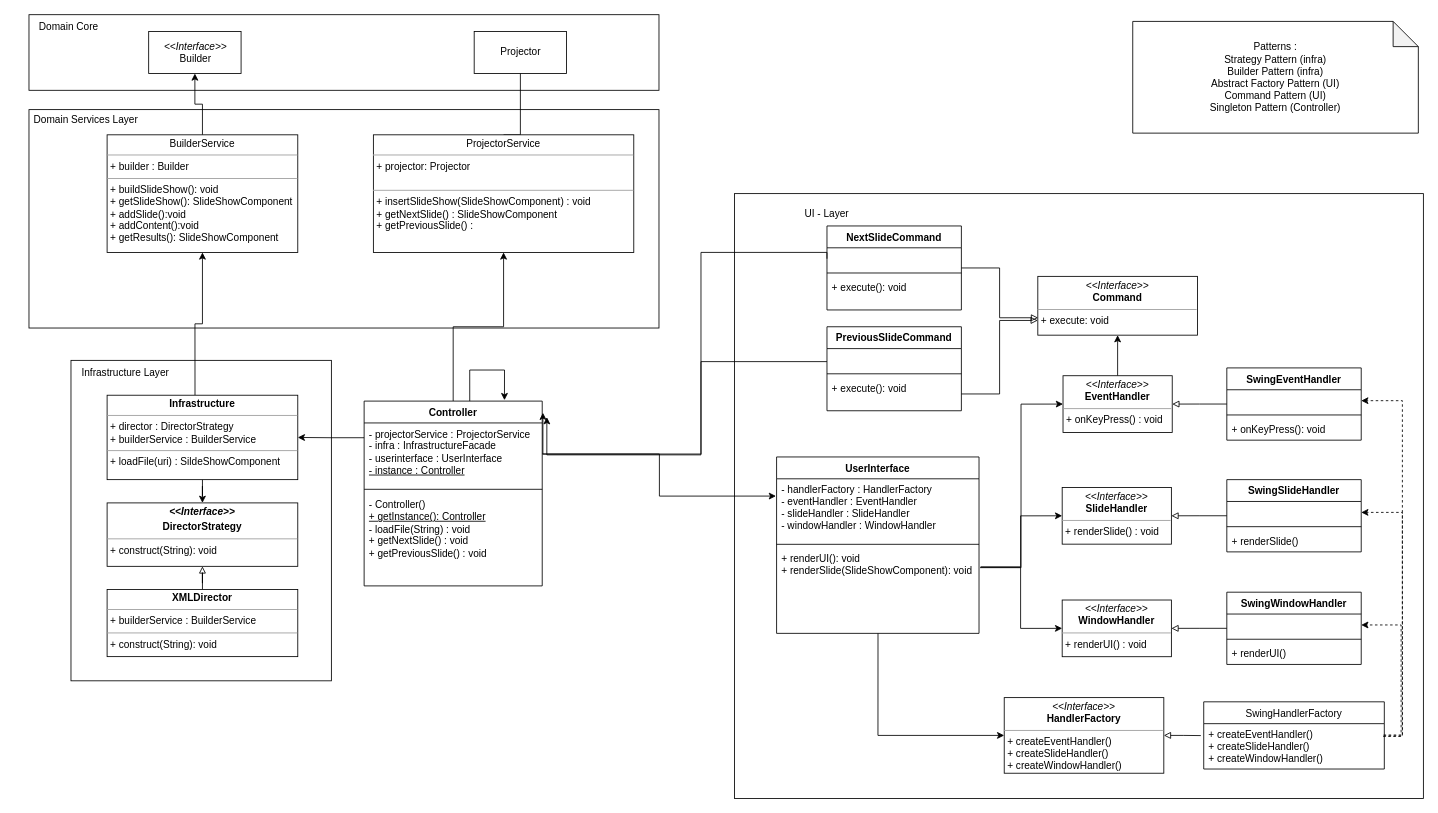
maartendekker1998/OU_jabberpoint keeps this draw.io diagram as Diagrams/LayersDesign.drawio. Above is the earlier version. Source tidied: cells renumbered, new cells numbered last; positions are measured from the earlier drawing's top-left corner, leaving out a move shared by most shapes. Both pictures are drawn from the tidied source at 84%, with x=0, y=0 at pixel (14, 14).
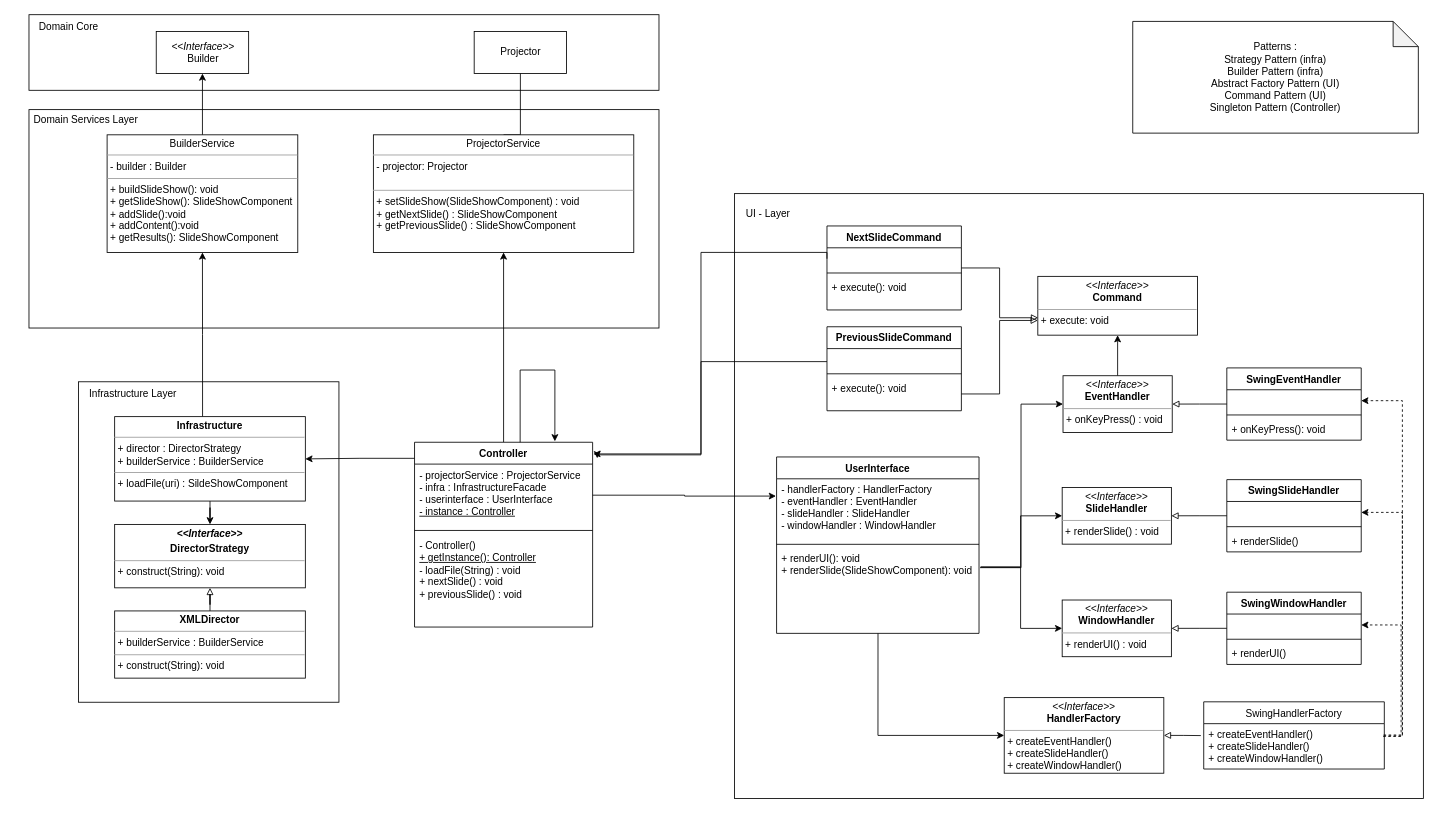
The same page after the edit.

Commit message (it also covers changes not shown here):
finalized diagrams

Unchanged cells that the change refers to:
```xml
<mxCell id="10" value="- projectorService : ProjectorService&lt;br&gt;- infra : InfrastructureFacade&lt;br&gt;- userinterface : UserInterface&lt;br&gt;&lt;u&gt;- instance : Controller&lt;/u&gt;" style="text;strokeColor=none;fillColor=none;align=left;verticalAlign=top;spacingLeft=4;spacingRight=4;overflow=hidden;points=[[0,0.5],[1,0.5]];portConstraint=eastwest;fontStyle=0;html=1;" parent="9" vertex="1">
  <mxGeometry y="26" width="212" height="74" as="geometry" />
</mxCell>
```

What changed in the source:
```diff
@@
     <mxCell id="5" style="rounded=0;whiteSpace=wrap;html=1;" parent="1" vertex="1">
-      <mxGeometry x="67" y="411.5" width="310" height="381.5" as="geometry" />
+      <mxGeometry x="76" y="437" width="310" height="381.5" as="geometry" />
     </mxCell>
@@
-    <mxCell id="8" style="edgeStyle=orthogonalEdgeStyle;rounded=0;jettySize=auto;html=1;startArrow=none;startFill=0;endArrow=classic;endFill=1;exitX=0;exitY=0.238;exitDx=0;exitDy=0;exitPerimeter=0;" parent="1" edge="1" source="10" target="14">
+    <mxCell id="8" style="edgeStyle=orthogonalEdgeStyle;rounded=0;jettySize=auto;html=1;startArrow=none;startFill=0;endArrow=classic;endFill=1;exitX=0.002;exitY=0.087;exitDx=0;exitDy=0;exitPerimeter=0;" parent="1" edge="1" source="9" target="14">
       <mxGeometry relative="1" as="geometry" />
     </mxCell>
     <mxCell id="9" value="Controller" style="swimlane;fontStyle=1;align=center;verticalAlign=top;horizontal=1;startSize=26;" parent="1" vertex="1">
-      <mxGeometry x="416" y="460" width="212" height="220" as="geometry" />
+      <mxGeometry x="476" y="509" width="212" height="220" as="geometry" />
     </mxCell>
@@
-    <mxCell id="12" value="- Controller()&lt;br&gt;&lt;u&gt;+ getInstance(): Controller&lt;/u&gt;&lt;br&gt;- loadFile(String) : void&lt;br&gt;+ getNextSlide() : void&lt;br&gt;+ getPreviousSlide() : void" style="text;strokeColor=none;fillColor=none;align=left;verticalAlign=top;spacingLeft=4;spacingRight=4;overflow=hidden;html=1;" parent="9" vertex="1">
+    <mxCell id="12" value="- Controller()&lt;br&gt;&lt;u&gt;+ getInstance(): Controller&lt;/u&gt;&lt;br&gt;- loadFile(String) : void&lt;br&gt;+ nextSlide() : void&lt;br&gt;+ previousSlide() : void" style="text;strokeColor=none;fillColor=none;align=left;verticalAlign=top;spacingLeft=4;spacingRight=4;overflow=hidden;html=1;" parent="9" vertex="1">
       <mxGeometry y="110" width="212" height="110" as="geometry" />
     </mxCell>
@@
     <mxCell id="14" value="&lt;p style=&quot;margin:0px;margin-top:4px;text-align:center;&quot;&gt;&lt;b&gt;Infrastructure&lt;/b&gt;&lt;/p&gt;&lt;hr size=&quot;1&quot;&gt;&lt;p style=&quot;margin:0px;margin-left:4px;&quot;&gt;+ director : DirectorStrategy&lt;br&gt;&lt;/p&gt;&lt;p style=&quot;margin:0px;margin-left:4px;&quot;&gt;+ builderService : BuilderService&lt;br style=&quot;padding: 0px; margin: 0px;&quot;&gt;&lt;/p&gt;&lt;hr size=&quot;1&quot;&gt;&lt;p style=&quot;margin:0px;margin-left:4px;&quot;&gt;&lt;span style=&quot;background-color: initial;&quot;&gt;+ loadFile(uri) : SildeShowComponent&lt;/span&gt;&lt;/p&gt;&lt;p style=&quot;margin:0px;margin-left:4px;&quot;&gt;&lt;br&gt;&lt;/p&gt;&lt;p style=&quot;margin:0px;margin-left:4px;&quot;&gt;&lt;br&gt;&lt;/p&gt;" style="verticalAlign=top;align=left;overflow=fill;fontSize=12;fontFamily=Helvetica;html=1;" parent="1" vertex="1">
-      <mxGeometry x="110" y="453" width="227" height="100.5" as="geometry" />
+      <mxGeometry x="119" y="478.5" width="227" height="100.5" as="geometry" />
     </mxCell>
     <mxCell id="15" value="Infrastructure Layer" style="text;html=1;strokeColor=none;fillColor=none;align=center;verticalAlign=middle;whiteSpace=wrap;rounded=0;" parent="1" vertex="1">
-      <mxGeometry x="47" y="411.5" width="170" height="30" as="geometry" />
+      <mxGeometry x="56" y="437" width="170" height="30" as="geometry" />
     </mxCell>
@@
-    <mxCell id="17" value="&lt;p style=&quot;margin:0px;margin-top:4px;text-align:center;&quot;&gt;ProjectorService&lt;/p&gt;&lt;hr size=&quot;1&quot;&gt;&lt;p style=&quot;margin:0px;margin-left:4px;&quot;&gt;+ projector: Projector&lt;/p&gt;&lt;p style=&quot;margin:0px;margin-left:4px;&quot;&gt;&lt;br&gt;&lt;/p&gt;&lt;hr size=&quot;1&quot;&gt;&lt;p style=&quot;margin:0px;margin-left:4px;&quot;&gt;+ insertSlideShow(SlideShowComponent) : void&lt;/p&gt;&lt;p style=&quot;margin:0px;margin-left:4px;&quot;&gt;+ getNextSlide() : SlideShowComponent&lt;/p&gt;&lt;p style=&quot;margin:0px;margin-left:4px;&quot;&gt;+ getPreviousSlide() :&amp;nbsp;&lt;/p&gt;" style="verticalAlign=top;align=left;overflow=fill;fontSize=12;fontFamily=Helvetica;html=1;" parent="1" vertex="1">
+    <mxCell id="17" value="&lt;p style=&quot;margin:0px;margin-top:4px;text-align:center;&quot;&gt;ProjectorService&lt;/p&gt;&lt;hr size=&quot;1&quot;&gt;&lt;p style=&quot;margin:0px;margin-left:4px;&quot;&gt;- projector: Projector&lt;/p&gt;&lt;p style=&quot;margin:0px;margin-left:4px;&quot;&gt;&lt;br&gt;&lt;/p&gt;&lt;hr size=&quot;1&quot;&gt;&lt;p style=&quot;margin:0px;margin-left:4px;&quot;&gt;+ setSlideShow(SlideShowComponent) : void&lt;/p&gt;&lt;p style=&quot;margin:0px;margin-left:4px;&quot;&gt;+ getNextSlide() : SlideShowComponent&lt;/p&gt;&lt;p style=&quot;margin:0px;margin-left:4px;&quot;&gt;+ getPreviousSlide() : SlideShowComponent&lt;/p&gt;" style="verticalAlign=top;align=left;overflow=fill;fontSize=12;fontFamily=Helvetica;html=1;" parent="1" vertex="1">
       <mxGeometry x="427" y="143" width="310" height="140" as="geometry" />
     </mxCell>
@@
     <mxCell id="20" value="&lt;i&gt;&amp;lt;&amp;lt;Interface&amp;gt;&amp;gt;&lt;/i&gt;&lt;br&gt;Builder" style="html=1;" parent="1" vertex="1">
-      <mxGeometry x="159.5" y="20" width="110" height="50" as="geometry" />
+      <mxGeometry x="168.5" y="20" width="110" height="50" as="geometry" />
     </mxCell>
@@
     <mxCell id="60" value="UI - Layer" style="text;html=1;strokeColor=none;fillColor=none;align=center;verticalAlign=middle;whiteSpace=wrap;rounded=0;" parent="1" vertex="1">
-      <mxGeometry x="937" y="221.5" width="60" height="30" as="geometry" />
+      <mxGeometry x="867" y="221.5" width="60" height="30" as="geometry" />
     </mxCell>
@@
-    <mxCell id="62" value="&lt;p style=&quot;margin:0px;margin-top:4px;text-align:center;&quot;&gt;BuilderService&lt;/p&gt;&lt;hr size=&quot;1&quot;&gt;&lt;p style=&quot;margin:0px;margin-left:4px;&quot;&gt;+ builder : Builder&lt;/p&gt;&lt;hr size=&quot;1&quot;&gt;&lt;p style=&quot;margin:0px;margin-left:4px;&quot;&gt;&lt;span style=&quot;background-color: initial;&quot;&gt;+ buildSlideShow(): void&lt;/span&gt;&lt;br&gt;&lt;/p&gt;&lt;p style=&quot;margin: 0px 0px 0px 4px;&quot;&gt;+ getSlideShow(): SlideShowComponent&lt;br&gt;&lt;/p&gt;&lt;p style=&quot;margin: 0px 0px 0px 4px;&quot;&gt;&lt;span style=&quot;background-color: initial;&quot;&gt;+ addSlide():void&lt;/span&gt;&lt;br&gt;&lt;/p&gt;&lt;p style=&quot;margin: 0px 0px 0px 4px;&quot;&gt;&lt;span style=&quot;background-color: initial;&quot;&gt;+ addContent():void&lt;/span&gt;&lt;/p&gt;&lt;p style=&quot;margin:0px;margin-left:4px;&quot;&gt;&lt;span style=&quot;background-color: initial;&quot;&gt;+ getResults(): SlideShowComponent&lt;/span&gt;&lt;br&gt;&lt;/p&gt;" style="verticalAlign=top;align=left;overflow=fill;fontSize=12;fontFamily=Helvetica;html=1;" parent="1" vertex="1">
+    <mxCell id="62" value="&lt;p style=&quot;margin:0px;margin-top:4px;text-align:center;&quot;&gt;BuilderService&lt;/p&gt;&lt;hr size=&quot;1&quot;&gt;&lt;p style=&quot;margin:0px;margin-left:4px;&quot;&gt;- builder : Builder&lt;/p&gt;&lt;hr size=&quot;1&quot;&gt;&lt;p style=&quot;margin:0px;margin-left:4px;&quot;&gt;&lt;span style=&quot;background-color: initial;&quot;&gt;+ buildSlideShow(): void&lt;/span&gt;&lt;br&gt;&lt;/p&gt;&lt;p style=&quot;margin: 0px 0px 0px 4px;&quot;&gt;+ getSlideShow(): SlideShowComponent&lt;br&gt;&lt;/p&gt;&lt;p style=&quot;margin: 0px 0px 0px 4px;&quot;&gt;&lt;span style=&quot;background-color: initial;&quot;&gt;+ addSlide():void&lt;/span&gt;&lt;br&gt;&lt;/p&gt;&lt;p style=&quot;margin: 0px 0px 0px 4px;&quot;&gt;&lt;span style=&quot;background-color: initial;&quot;&gt;+ addContent():void&lt;/span&gt;&lt;/p&gt;&lt;p style=&quot;margin:0px;margin-left:4px;&quot;&gt;&lt;span style=&quot;background-color: initial;&quot;&gt;+ getResults(): SlideShowComponent&lt;/span&gt;&lt;br&gt;&lt;/p&gt;" style="verticalAlign=top;align=left;overflow=fill;fontSize=12;fontFamily=Helvetica;html=1;" parent="1" vertex="1">
       <mxGeometry x="110" y="143" width="227" height="140" as="geometry" />
     </mxCell>
     <mxCell id="63" value="&lt;p style=&quot;margin:0px;margin-top:4px;text-align:center;&quot;&gt;&lt;b&gt;&lt;i&gt;&amp;lt;&amp;lt;Interface&amp;gt;&amp;gt;&lt;/i&gt;&lt;/b&gt;&lt;/p&gt;&lt;p style=&quot;margin:0px;margin-top:4px;text-align:center;&quot;&gt;&lt;b&gt;DirectorStrategy&lt;/b&gt;&lt;/p&gt;&lt;hr size=&quot;1&quot;&gt;&lt;p style=&quot;margin:0px;margin-left:4px;&quot;&gt;&lt;/p&gt;&lt;p style=&quot;margin:0px;margin-left:4px;&quot;&gt;&lt;span style=&quot;background-color: initial;&quot;&gt;+ construct(String): void&lt;/span&gt;&lt;/p&gt;" style="verticalAlign=top;align=left;overflow=fill;fontSize=12;fontFamily=Helvetica;html=1;" parent="1" vertex="1">
-      <mxGeometry x="110" y="581.2" width="227" height="75.5" as="geometry" />
+      <mxGeometry x="119" y="606.8" width="227" height="75.5" as="geometry" />
     </mxCell>
@@
     <mxCell id="65" value="&lt;p style=&quot;margin:0px;margin-top:4px;text-align:center;&quot;&gt;&lt;b style=&quot;background-color: initial;&quot;&gt;XMLDirector&lt;/b&gt;&lt;br&gt;&lt;/p&gt;&lt;hr size=&quot;1&quot;&gt;&lt;p style=&quot;margin:0px;margin-left:4px;&quot;&gt;+ builderService : BuilderService&lt;/p&gt;&lt;hr size=&quot;1&quot;&gt;&lt;p style=&quot;margin:0px;margin-left:4px;&quot;&gt;&lt;span style=&quot;background-color: initial;&quot;&gt;+ construct(String): void&amp;nbsp;&lt;br&gt;&lt;/span&gt;&lt;/p&gt;" style="verticalAlign=top;align=left;overflow=fill;fontSize=12;fontFamily=Helvetica;html=1;" parent="1" vertex="1">
-      <mxGeometry x="110" y="684.2" width="227" height="80" as="geometry" />
+      <mxGeometry x="119" y="709.8" width="227" height="80" as="geometry" />
     </mxCell>
@@
     <mxCell id="74" style="edgeStyle=orthogonalEdgeStyle;rounded=0;orthogonalLoop=1;jettySize=auto;html=1;startArrow=none;startFill=0;endArrow=classic;endFill=1;exitX=0.593;exitY=0;exitDx=0;exitDy=0;exitPerimeter=0;entryX=0.788;entryY=-0.005;entryDx=0;entryDy=0;entryPerimeter=0;" parent="1" edge="1" source="9" target="9">
       <mxGeometry relative="1" as="geometry">
         <Array as="points">
-          <mxPoint x="542" y="423" />
-          <mxPoint x="583" y="423" />
+          <mxPoint x="602" y="423" />
+          <mxPoint x="643" y="423" />
         </Array>
       </mxGeometry>
     </mxCell>
```
